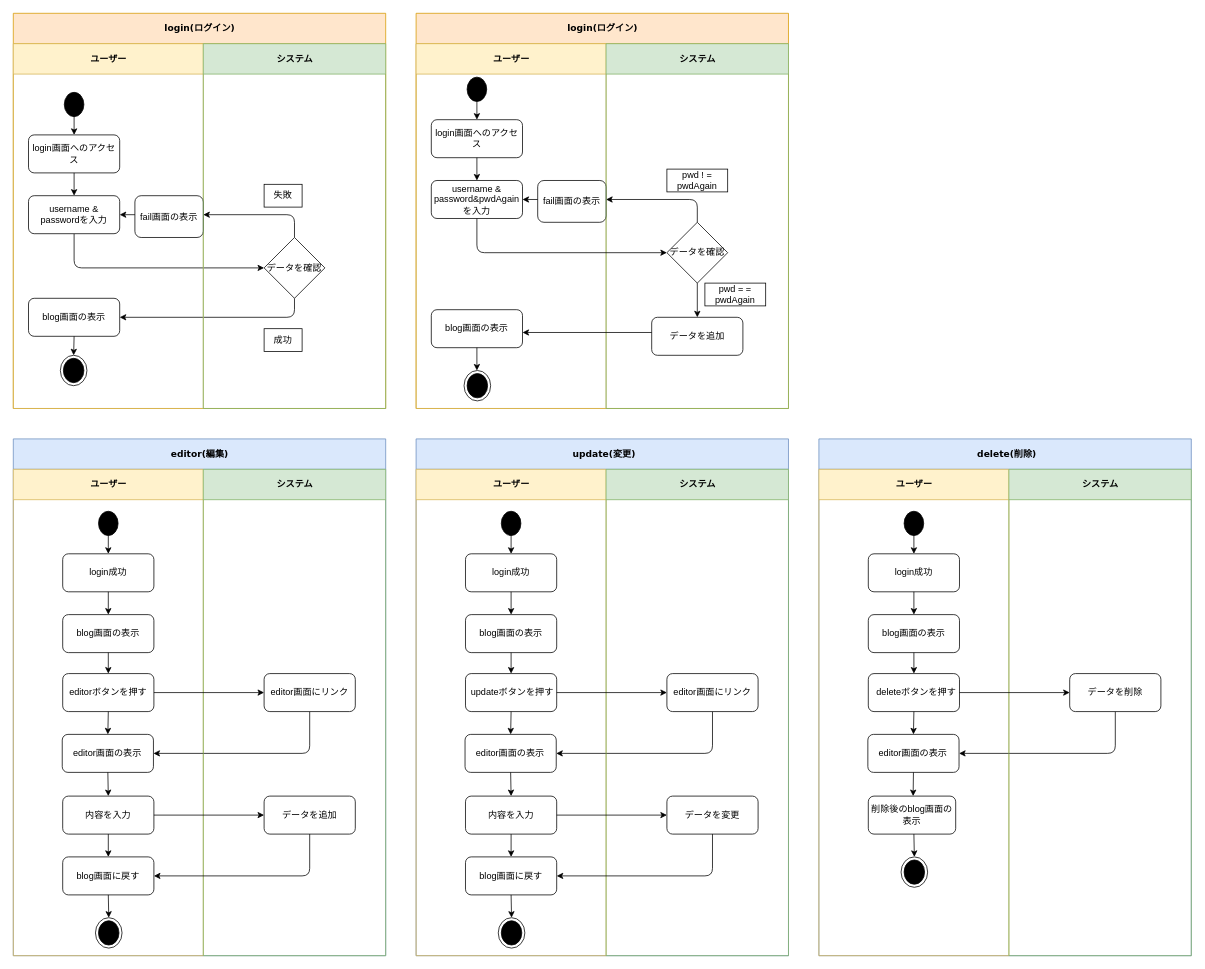
The draw.io diagram page "Page-1" (1 of 2) of activity.drawio in liutianqiltq/liutianqiblog, before the edit. Source tidied: cells renumbered, new cells numbered last; positions are measured from the earlier drawing's top-left corner, leaving out a move shared by most shapes. Both pictures are drawn from the tidied source at 76%, with x=0, y=0 at pixel (13, 13).
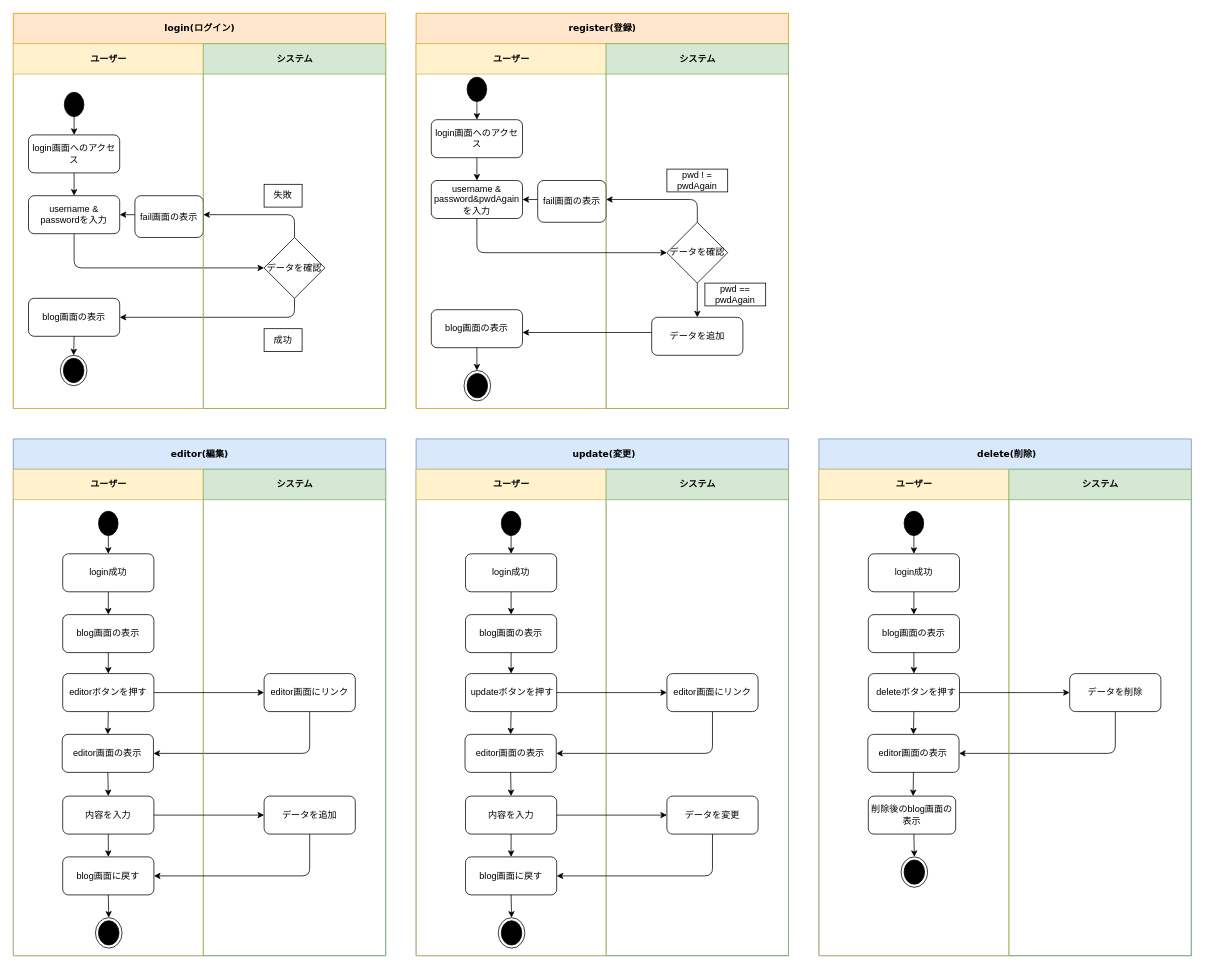
After the change.

The change refers to these unchanged cells:
```xml
<mxCell id="99" value="システム" style="swimlane;html=1;startSize=40;fillColor=#d5e8d4;strokeColor=#82b366;" parent="88" vertex="1">
  <mxGeometry x="250" y="40" width="240" height="480" as="geometry" />
</mxCell>
```

Diff of the diagram source:
```diff
@@
-    <mxCell id="88" value="login(ログイン)" style="swimlane;html=1;startSize=40;rounded=0;shadow=0;comic=0;labelBackgroundColor=none;strokeWidth=1;fontFamily=Verdana;fontSize=12;align=center;fillColor=#ffe6cc;strokeColor=#d79b00;" parent="1" vertex="1">
+    <mxCell id="88" value="register(登録)" style="swimlane;html=1;startSize=40;rounded=0;shadow=0;comic=0;labelBackgroundColor=none;strokeWidth=1;fontFamily=Verdana;fontSize=12;align=center;fillColor=#ffe6cc;strokeColor=#d79b00;" parent="1" vertex="1">
       <mxGeometry x="530" width="490" height="520" as="geometry" />
     </mxCell>
@@
-    <mxCell id="102" value="pwd = = pwdAgain" style="rounded=0;whiteSpace=wrap;html=1;sketch=0;strokeColor=#000000;" parent="99" vertex="1">
+    <mxCell id="102" value="pwd == pwdAgain" style="rounded=0;whiteSpace=wrap;html=1;sketch=0;strokeColor=#000000;" parent="99" vertex="1">
       <mxGeometry x="130" y="315" width="80" height="30" as="geometry" />
     </mxCell>
```
